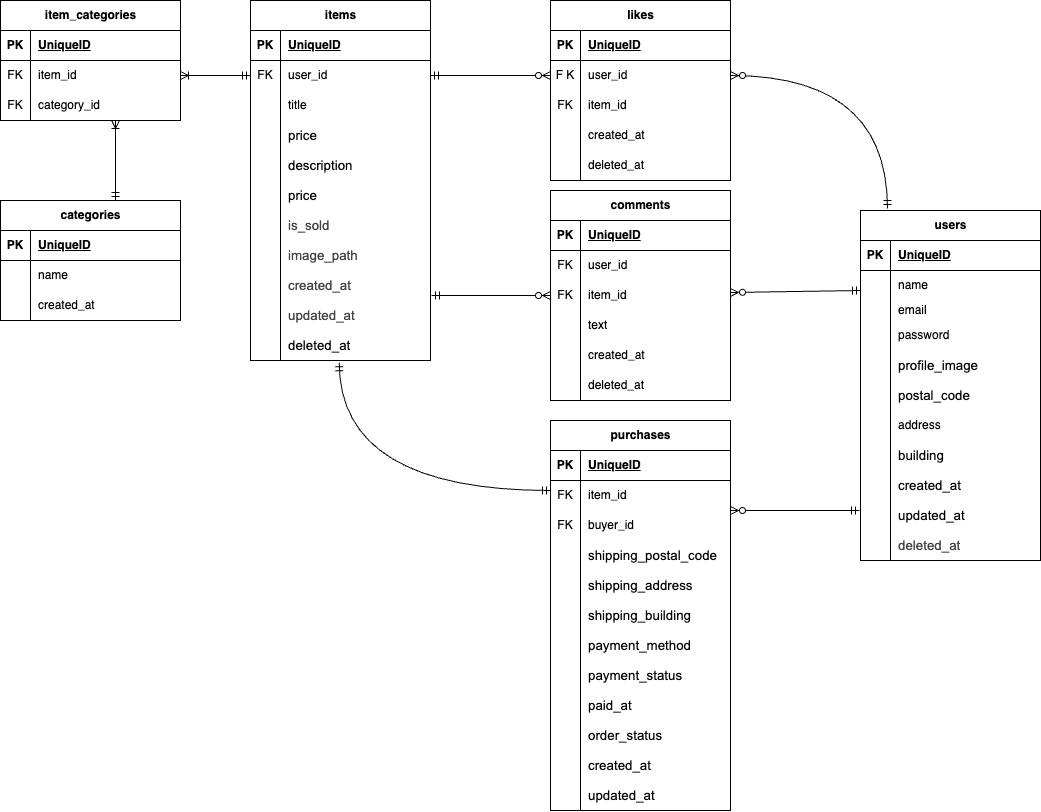
yoko-bessho/flea-market-app keeps this draw.io diagram as index.drawio.png. Above is the earlier version. Source tidied: cells renumbered, new cells last; positions are measured from the earlier drawing's top-left corner, leaving out a move shared by most shapes.
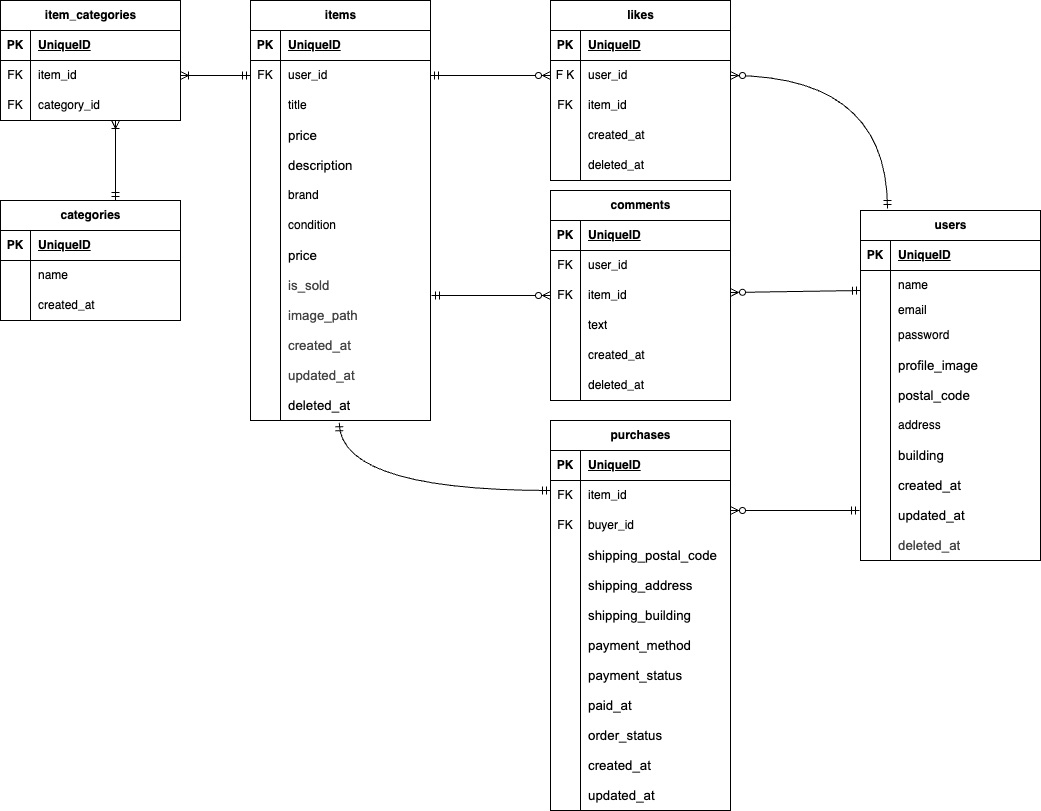
The same file after the commit.

What changed in the source:
```diff
@@ -3,7 +3,7 @@
     <mxCell id="0" />
     <mxCell id="1" parent="0" />
     <mxCell id="2" value="items" style="shape=table;startSize=30;rowLines=0;fontStyle=1;align=center;html=1;" parent="1" vertex="1">
-      <mxGeometry x="250" width="180" height="360" as="geometry" />
+      <mxGeometry x="250" width="180" height="420" as="geometry" />
     </mxCell>
     <mxCell id="3" style="shape=tableRow;horizontal=0;startSize=0;swimlaneHead=0;swimlaneBody=0;fillColor=none;top=0;left=0;right=0;bottom=1;" parent="2" vertex="1">
       <mxGeometry y="30" width="180" height="30" as="geometry" />
@@ -50,8 +50,26 @@
     <mxCell id="17" value="&lt;span style=&quot;color: rgb(0, 0, 0); font-size: 10pt; font-family: Arial;&quot;&gt;description&lt;/span&gt;" style="shape=partialRectangle;fillColor=none;top=0;left=0;bottom=0;right=0;align=left;spacingLeft=6;overflow=hidden;whiteSpace=wrap;html=1;" parent="15" vertex="1">
       <mxGeometry x="30" width="150" height="30" as="geometry" />
     </mxCell>
+    <mxCell id="170" style="shape=tableRow;horizontal=0;startSize=0;swimlaneHead=0;swimlaneBody=0;fillColor=none;top=0;left=0;right=0;bottom=0;" parent="2" vertex="1">
+      <mxGeometry y="180" width="180" height="30" as="geometry" />
+    </mxCell>
+    <mxCell id="171" style="shape=partialRectangle;fillColor=none;top=0;left=0;bottom=0;right=0;overflow=hidden;whiteSpace=wrap;html=1;" parent="170" vertex="1">
+      <mxGeometry width="30" height="30" as="geometry" />
+    </mxCell>
+    <mxCell id="172" value="brand" style="shape=partialRectangle;fillColor=none;top=0;left=0;bottom=0;right=0;align=left;spacingLeft=6;overflow=hidden;whiteSpace=wrap;html=1;" parent="170" vertex="1">
+      <mxGeometry x="30" width="150" height="30" as="geometry" />
+    </mxCell>
+    <mxCell id="173" style="shape=tableRow;horizontal=0;startSize=0;swimlaneHead=0;swimlaneBody=0;fillColor=none;top=0;left=0;right=0;bottom=0;" parent="2" vertex="1">
+      <mxGeometry y="210" width="180" height="30" as="geometry" />
+    </mxCell>
+    <mxCell id="174" style="shape=partialRectangle;fillColor=none;top=0;left=0;bottom=0;right=0;overflow=hidden;whiteSpace=wrap;html=1;" parent="173" vertex="1">
+      <mxGeometry width="30" height="30" as="geometry" />
+    </mxCell>
+    <mxCell id="175" value="condition" style="shape=partialRectangle;fillColor=none;top=0;left=0;bottom=0;right=0;align=left;spacingLeft=6;overflow=hidden;whiteSpace=wrap;html=1;" parent="173" vertex="1">
+      <mxGeometry x="30" width="150" height="30" as="geometry" />
+    </mxCell>
     <mxCell id="18" style="shape=tableRow;horizontal=0;startSize=0;swimlaneHead=0;swimlaneBody=0;fillColor=none;top=0;left=0;right=0;bottom=0;" parent="2" vertex="1">
-      <mxGeometry y="180" width="180" height="30" as="geometry" />
+      <mxGeometry y="240" width="180" height="30" as="geometry" />
     </mxCell>
     <mxCell id="19" style="shape=partialRectangle;fillColor=none;top=0;left=0;bottom=0;right=0;overflow=hidden;whiteSpace=wrap;html=1;" parent="18" vertex="1">
       <mxGeometry width="30" height="30" as="geometry" />
@@ -60,7 +78,7 @@
       <mxGeometry x="30" width="150" height="30" as="geometry" />
     </mxCell>
     <mxCell id="21" style="shape=tableRow;horizontal=0;startSize=0;swimlaneHead=0;swimlaneBody=0;fillColor=none;top=0;left=0;right=0;bottom=0;" parent="2" vertex="1">
-      <mxGeometry y="210" width="180" height="30" as="geometry" />
+      <mxGeometry y="270" width="180" height="30" as="geometry" />
     </mxCell>
     <mxCell id="22" style="shape=partialRectangle;fillColor=none;top=0;left=0;bottom=0;right=0;overflow=hidden;whiteSpace=wrap;html=1;" parent="21" vertex="1">
       <mxGeometry width="30" height="30" as="geometry" />
@@ -69,7 +87,7 @@
       <mxGeometry x="30" width="150" height="30" as="geometry" />
     </mxCell>
     <mxCell id="24" style="shape=tableRow;horizontal=0;startSize=0;swimlaneHead=0;swimlaneBody=0;fillColor=none;top=0;left=0;right=0;bottom=0;" parent="2" vertex="1">
-      <mxGeometry y="240" width="180" height="30" as="geometry" />
+      <mxGeometry y="300" width="180" height="30" as="geometry" />
     </mxCell>
     <mxCell id="25" style="shape=partialRectangle;fillColor=none;top=0;left=0;bottom=0;right=0;overflow=hidden;whiteSpace=wrap;html=1;" parent="24" vertex="1">
       <mxGeometry width="30" height="30" as="geometry" />
@@ -78,7 +96,7 @@
       <mxGeometry x="30" width="150" height="30" as="geometry" />
     </mxCell>
     <mxCell id="27" style="shape=tableRow;horizontal=0;startSize=0;swimlaneHead=0;swimlaneBody=0;fillColor=none;top=0;left=0;right=0;bottom=0;" parent="2" vertex="1">
-      <mxGeometry y="270" width="180" height="30" as="geometry" />
+      <mxGeometry y="330" width="180" height="30" as="geometry" />
     </mxCell>
     <mxCell id="28" style="shape=partialRectangle;fillColor=none;top=0;left=0;bottom=0;right=0;overflow=hidden;whiteSpace=wrap;html=1;" parent="27" vertex="1">
       <mxGeometry width="30" height="30" as="geometry" />
@@ -87,7 +105,7 @@
       <mxGeometry x="30" width="150" height="30" as="geometry" />
     </mxCell>
     <mxCell id="30" style="shape=tableRow;horizontal=0;startSize=0;swimlaneHead=0;swimlaneBody=0;fillColor=none;top=0;left=0;right=0;bottom=0;" parent="2" vertex="1">
-      <mxGeometry y="300" width="180" height="30" as="geometry" />
+      <mxGeometry y="360" width="180" height="30" as="geometry" />
     </mxCell>
     <mxCell id="31" style="shape=partialRectangle;fillColor=none;top=0;left=0;bottom=0;right=0;overflow=hidden;whiteSpace=wrap;html=1;" parent="30" vertex="1">
       <mxGeometry width="30" height="30" as="geometry" />
@@ -96,7 +114,7 @@
       <mxGeometry x="30" width="150" height="30" as="geometry" />
     </mxCell>
     <mxCell id="33" style="shape=tableRow;horizontal=0;startSize=0;swimlaneHead=0;swimlaneBody=0;fillColor=none;points=[[0,0.5],[1,0.5]];portConstraint=eastwest;top=0;left=0;right=0;bottom=0;" parent="2" vertex="1">
-      <mxGeometry y="330" width="180" height="30" as="geometry" />
+      <mxGeometry y="390" width="180" height="30" as="geometry" />
     </mxCell>
     <mxCell id="34" style="shape=partialRectangle;fillColor=none;top=0;left=0;bottom=0;right=0;overflow=hidden;whiteSpace=wrap;html=1;" parent="33" vertex="1">
       <mxGeometry width="30" height="30" as="geometry" />
```
